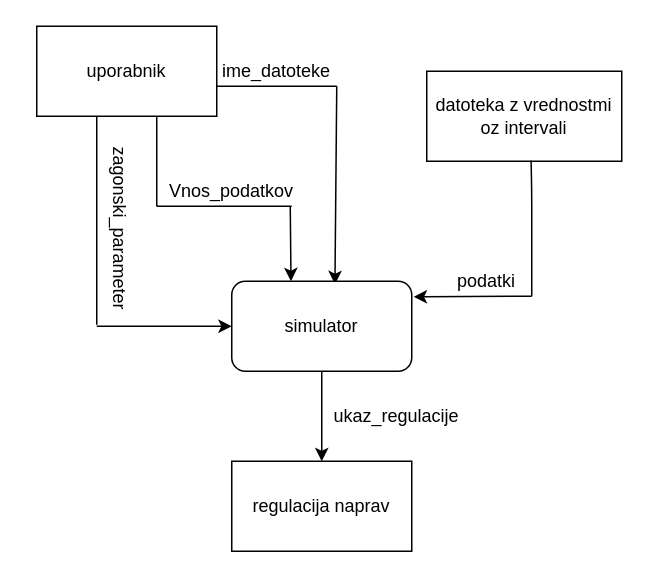
Before: page "Page-1" (1 of 2) of diagram toka podatkov.drawio in OPI-v-v/simulator, a draw.io diagram. Source tidied: cells renumbered, new cells numbered last; positions are measured from the earlier drawing's top-left corner, leaving out a move shared by most shapes. Both pictures are drawn from the tidied source at 150%, with x=0, y=0 at pixel (36, 26).
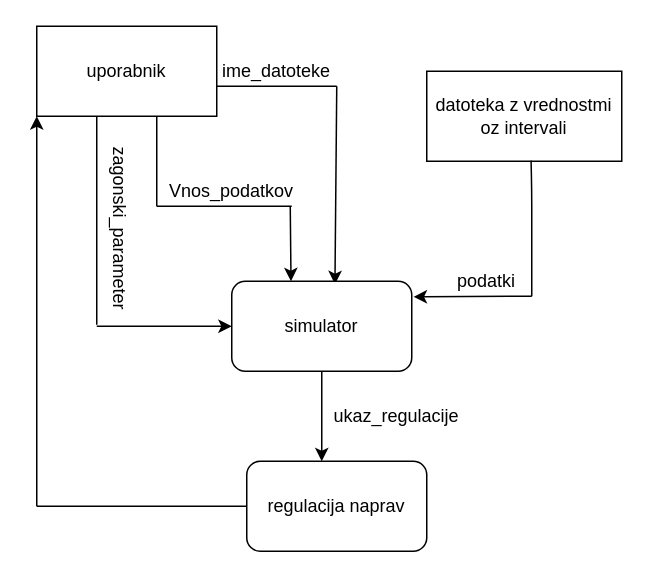
The same diagram, later.

The change refers to these unchanged cells:
```xml
<mxCell id="2" value="uporabnik" style="rounded=0;whiteSpace=wrap;html=1;" parent="1" vertex="1">
  <mxGeometry width="120" height="60" as="geometry" />
</mxCell>
<mxCell id="19" value="simulator" style="rounded=1;whiteSpace=wrap;html=1;" parent="1" vertex="1">
  <mxGeometry x="130" y="170" width="120" height="60" as="geometry" />
</mxCell>
```

What changed in the source:
```diff
@@
-    <mxCell id="12" style="endArrow=classic;html=1;exitX=0.5;exitY=1;exitDx=0;exitDy=0;" parent="1" edge="1" source="19" target="18">
-      <mxGeometry relative="1" as="geometry" />
+    <mxCell id="12" style="endArrow=classic;html=1;exitX=0.5;exitY=1;exitDx=0;exitDy=0;" parent="1" edge="1" source="19">
+      <mxGeometry relative="1" as="geometry">
+        <mxPoint x="190" y="290" as="targetPoint" />
+      </mxGeometry>
     </mxCell>
@@
-    <mxCell id="18" value="regulacija naprav" style="rounded=0;whiteSpace=wrap;html=1;" parent="1" vertex="1">
-      <mxGeometry x="130" y="290" width="120" height="60" as="geometry" />
-    </mxCell>
@@
+    <mxCell id="18" value="regulacija naprav" style="rounded=1;whiteSpace=wrap;html=1;" parent="1" vertex="1">
+      <mxGeometry x="140" y="290" width="120" height="60" as="geometry" />
+    </mxCell>
+    <mxCell id="21" style="endArrow=none;html=1;" parent="1" edge="1">
+      <mxGeometry relative="1" as="geometry">
+        <mxPoint y="320" as="sourcePoint" />
+        <mxPoint x="140" y="320" as="targetPoint" />
+      </mxGeometry>
+    </mxCell>
+    <mxCell id="22" style="endArrow=classic;html=1;entryX=0;entryY=1;entryDx=0;entryDy=0;" parent="1" edge="1" target="2">
+      <mxGeometry relative="1" as="geometry">
+        <mxPoint y="320" as="sourcePoint" />
+      </mxGeometry>
+    </mxCell>
```
